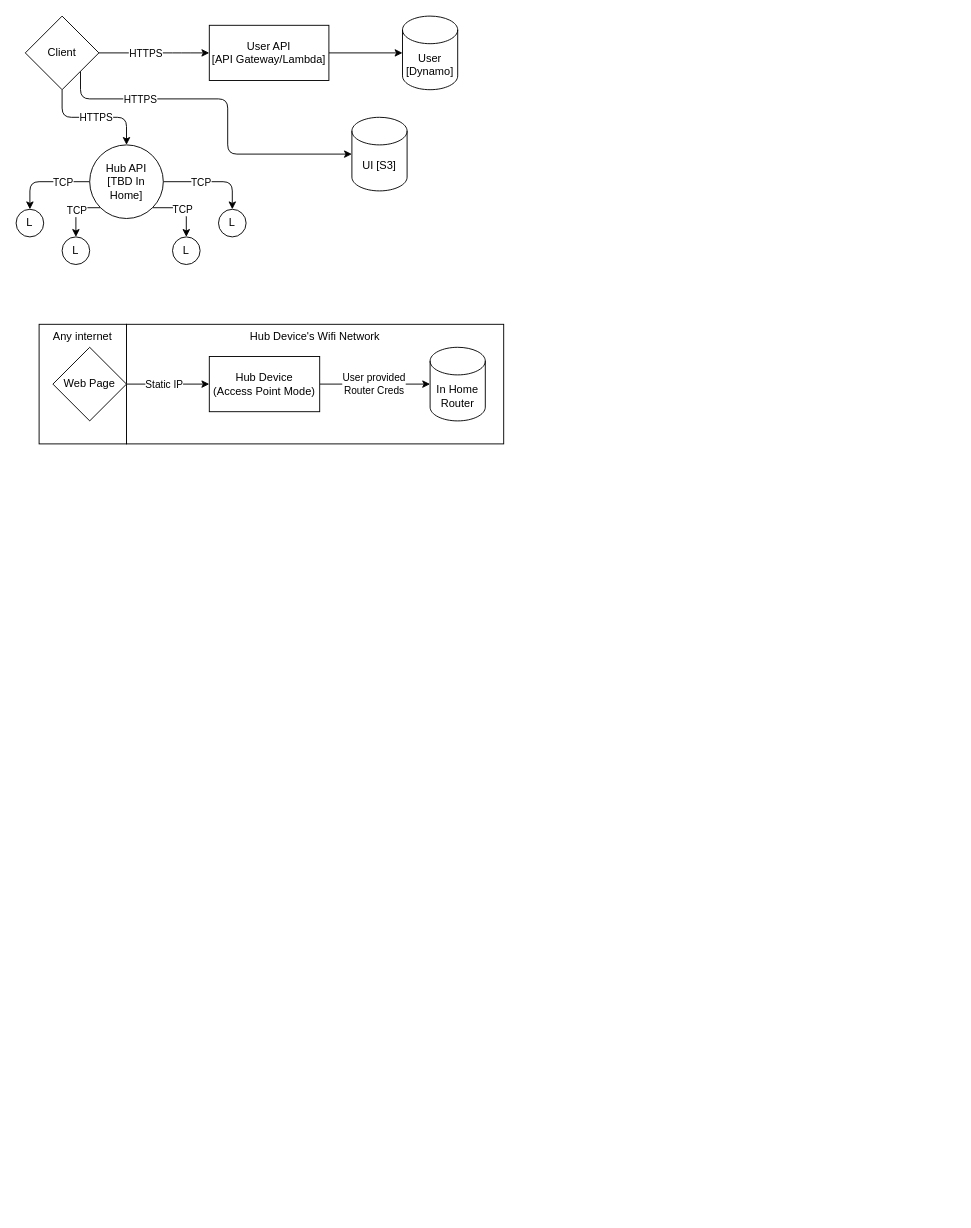
pbivrell/lights keeps this draw.io diagram as page "Page-2" (2 of 3) of light/Untitled.drawio. Above is the earlier version. Source tidied: cells renumbered, new cells numbered last; positions are measured from the earlier drawing's top-left corner, leaving out a move shared by most shapes. Both pictures are drawn from the tidied source at 92%, with x=0, y=0 at pixel (16, 16).
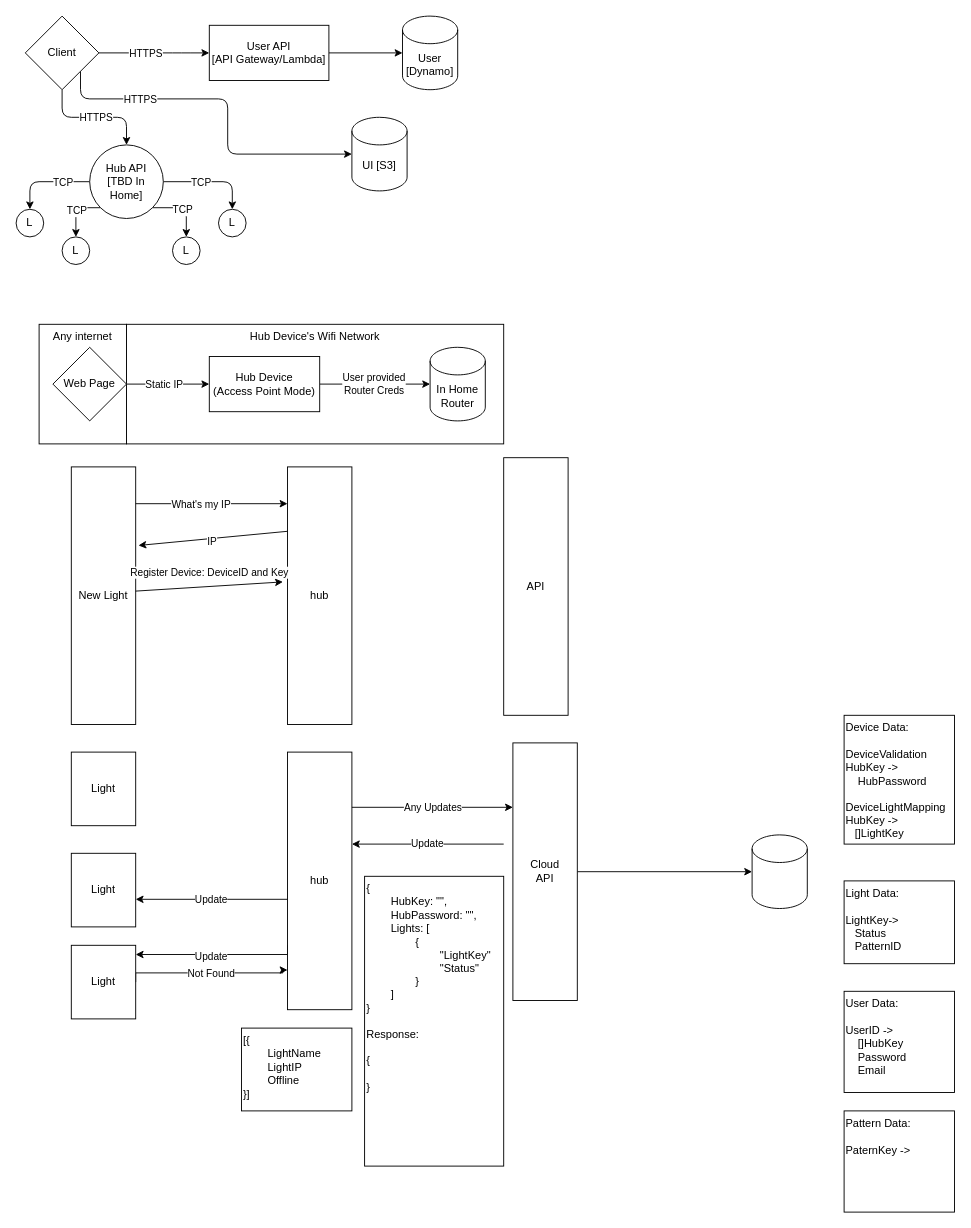
After the change.

Change to the diagram source:
```diff
@@
+    <mxCell id="35" style="edgeStyle=orthogonalEdgeStyle;rounded=0;orthogonalLoop=1;jettySize=auto;html=1;exitX=1;exitY=0.5;exitDx=0;exitDy=0;entryX=0;entryY=0.143;entryDx=0;entryDy=0;entryPerimeter=0;" parent="1" edge="1">
+      <mxGeometry relative="1" as="geometry">
+        <mxPoint x="100" y="530" as="sourcePoint" />
+        <mxPoint x="295" y="530" as="targetPoint" />
+      </mxGeometry>
+    </mxCell>
+    <mxCell id="36" value="What's my IP" style="edgeLabel;html=1;align=center;verticalAlign=middle;" parent="35" vertex="1">
+      <mxGeometry x="0.2" y="2" relative="1" as="geometry">
+        <mxPoint x="-17" y="2" as="offset" />
+      </mxGeometry>
+    </mxCell>
+    <mxCell id="37" value="New Light" style="rounded=0;whiteSpace=wrap;html=1;" parent="1" vertex="1">
+      <mxGeometry x="60" y="490" width="70" height="280" as="geometry" />
+    </mxCell>
+    <mxCell id="38" value="hub" style="rounded=0;whiteSpace=wrap;html=1;" parent="1" vertex="1">
+      <mxGeometry x="295" y="490" width="70" height="280" as="geometry" />
+    </mxCell>
+    <mxCell id="39" style="endArrow=classic;html=1;rounded=0;entryX=1.043;entryY=0.305;entryDx=0;entryDy=0;exitX=0;exitY=0.25;exitDx=0;exitDy=0;entryPerimeter=0;" parent="1" edge="1" source="38" target="37">
+      <mxGeometry relative="1" as="geometry" />
+    </mxCell>
+    <mxCell id="40" value="IP" style="edgeLabel;html=1;align=center;verticalAlign=middle;" parent="39" vertex="1">
+      <mxGeometry x="-0.18" y="-2" relative="1" as="geometry">
+        <mxPoint x="-16" y="6" as="offset" />
+      </mxGeometry>
+    </mxCell>
+    <mxCell id="41" style="endArrow=classic;html=1;rounded=0;" parent="1" edge="1">
+      <mxGeometry relative="1" as="geometry">
+        <mxPoint x="130" y="625" as="sourcePoint" />
+        <mxPoint x="290" y="615" as="targetPoint" />
+      </mxGeometry>
+    </mxCell>
+    <mxCell id="42" value="Register Device: DeviceID and Key" style="edgeLabel;html=1;align=center;verticalAlign=middle;" parent="41" vertex="1">
+      <mxGeometry x="0.03" relative="1" as="geometry">
+        <mxPoint x="-3" y="-15" as="offset" />
+      </mxGeometry>
+    </mxCell>
+    <mxCell id="43" value="API" style="rounded=0;whiteSpace=wrap;html=1;" parent="1" vertex="1">
+      <mxGeometry x="530" y="480" width="70" height="280" as="geometry" />
+    </mxCell>
+    <mxCell id="44" value="Light" style="rounded=0;whiteSpace=wrap;html=1;" parent="1" vertex="1">
+      <mxGeometry x="60" y="800" width="70" height="80" as="geometry" />
+    </mxCell>
+    <mxCell id="45" style="edgeStyle=orthogonalEdgeStyle;rounded=0;jettySize=auto;html=1;exitX=0;exitY=0.75;exitDx=0;exitDy=0;" parent="1" edge="1" source="47">
+      <mxGeometry relative="1" as="geometry">
+        <mxPoint x="130" y="1020" as="targetPoint" />
+        <Array as="points">
+          <mxPoint x="295" y="1020" />
+          <mxPoint x="130" y="1020" />
+        </Array>
+      </mxGeometry>
+    </mxCell>
+    <mxCell id="46" value="Update" style="edgeLabel;html=1;align=center;verticalAlign=middle;" parent="45" vertex="1">
+      <mxGeometry x="0.07" y="1" relative="1" as="geometry" />
+    </mxCell>
+    <mxCell id="47" value="hub" style="rounded=0;whiteSpace=wrap;html=1;" parent="1" vertex="1">
+      <mxGeometry x="295" y="800" width="70" height="280" as="geometry" />
+    </mxCell>
+    <mxCell id="48" style="edgeStyle=orthogonalEdgeStyle;rounded=0;jettySize=auto;html=1;exitX=1;exitY=0.5;exitDx=0;exitDy=0;entryX=0;entryY=0.5;entryDx=0;entryDy=0;entryPerimeter=0;" parent="1" edge="1" source="49" target="62">
+      <mxGeometry relative="1" as="geometry" />
+    </mxCell>
+    <mxCell id="49" value="Cloud&lt;br&gt;API" style="rounded=0;whiteSpace=wrap;html=1;" parent="1" vertex="1">
+      <mxGeometry x="540" y="790" width="70" height="280" as="geometry" />
+    </mxCell>
+    <mxCell id="50" value="Any Updates" style="endArrow=classic;html=1;rounded=0;entryX=0;entryY=0.25;entryDx=0;entryDy=0;" parent="1" edge="1" target="49">
+      <mxGeometry relative="1" as="geometry">
+        <mxPoint x="365" y="860" as="sourcePoint" />
+      </mxGeometry>
+    </mxCell>
+    <mxCell id="51" value="Update" style="endArrow=classic;html=1;rounded=0;entryX=0;entryY=0.25;entryDx=0;entryDy=0;" parent="1" edge="1">
+      <mxGeometry relative="1" as="geometry">
+        <mxPoint x="530" y="900" as="sourcePoint" />
+        <mxPoint x="365" y="900" as="targetPoint" />
+      </mxGeometry>
+    </mxCell>
+    <mxCell id="52" value="Light" style="rounded=0;whiteSpace=wrap;html=1;" parent="1" vertex="1">
+      <mxGeometry x="60" y="910" width="70" height="80" as="geometry" />
+    </mxCell>
+    <mxCell id="53" style="edgeStyle=orthogonalEdgeStyle;rounded=0;jettySize=auto;html=1;exitX=1;exitY=0.5;exitDx=0;exitDy=0;entryX=0;entryY=0.846;entryDx=0;entryDy=0;entryPerimeter=0;" parent="1" edge="1" source="55" target="47">
+      <mxGeometry relative="1" as="geometry">
+        <Array as="points">
+          <mxPoint x="130" y="1040" />
+          <mxPoint x="290" y="1040" />
+          <mxPoint x="290" y="1037" />
+        </Array>
+      </mxGeometry>
+    </mxCell>
+    <mxCell id="54" value="Not Found" style="edgeLabel;html=1;align=center;verticalAlign=middle;" parent="53" vertex="1">
+      <mxGeometry x="0.26" y="1" relative="1" as="geometry">
+        <mxPoint x="-21" y="1" as="offset" />
+      </mxGeometry>
+    </mxCell>
+    <mxCell id="55" value="Light" style="rounded=0;whiteSpace=wrap;html=1;" parent="1" vertex="1">
+      <mxGeometry x="60" y="1010" width="70" height="80" as="geometry" />
+    </mxCell>
+    <mxCell id="56" value="Update" style="endArrow=classic;html=1;rounded=0;entryX=0;entryY=0.25;entryDx=0;entryDy=0;" parent="1" edge="1">
+      <mxGeometry relative="1" as="geometry">
+        <mxPoint x="295" y="960" as="sourcePoint" />
+        <mxPoint x="130" y="960" as="targetPoint" />
+      </mxGeometry>
+    </mxCell>
+    <mxCell id="57" value="Device Data:&lt;br&gt;&lt;br&gt;DeviceValidation&lt;br&gt;HubKey -&amp;gt;&lt;br&gt;&amp;nbsp; &amp;nbsp; HubPassword&lt;br&gt;&amp;nbsp; &amp;nbsp;&amp;nbsp;&lt;br&gt;DeviceLightMapping&lt;br&gt;HubKey -&amp;gt;&lt;br&gt;&amp;nbsp; &amp;nbsp;[]LightKey&lt;br&gt;" style="rounded=0;whiteSpace=wrap;html=1;align=left;verticalAlign=top;" parent="1" vertex="1">
+      <mxGeometry x="900" y="760" width="120" height="140" as="geometry" />
+    </mxCell>
+    <mxCell id="58" value="[{&lt;br&gt;&lt;span style=&quot;white-space: pre&quot;&gt;&#9;&lt;/span&gt;LightName &lt;br&gt;&lt;span style=&quot;white-space: pre&quot;&gt;&#9;&lt;/span&gt;LightIP&lt;br&gt;&amp;nbsp; &lt;span style=&quot;white-space: pre&quot;&gt;&#9;&lt;/span&gt;Offline&lt;br&gt;}]" style="rounded=0;whiteSpace=wrap;html=1;align=left;verticalAlign=top;" parent="1" vertex="1">
+      <mxGeometry x="245" y="1100" width="120" height="90" as="geometry" />
+    </mxCell>
+    <mxCell id="59" value="Light Data:&lt;br&gt;&lt;br&gt;LightKey-&amp;gt;&lt;br&gt;&amp;nbsp; &amp;nbsp;Status&lt;br&gt;&amp;nbsp; &amp;nbsp;PatternID&lt;br&gt;&amp;nbsp; &amp;nbsp;&lt;br&gt;&amp;nbsp; &amp;nbsp;" style="rounded=0;whiteSpace=wrap;html=1;align=left;verticalAlign=top;" parent="1" vertex="1">
+      <mxGeometry x="900" y="940" width="120" height="90" as="geometry" />
+    </mxCell>
+    <mxCell id="60" value="{&lt;br&gt;&lt;span style=&quot;white-space: pre&quot;&gt;&#9;&lt;/span&gt;HubKey: &quot;&quot;,&lt;br&gt;&lt;span style=&quot;white-space: pre&quot;&gt;&#9;&lt;/span&gt;HubPassword: &quot;&quot;,&lt;br&gt;&lt;span style=&quot;white-space: pre&quot;&gt;&#9;&lt;/span&gt;Lights: [&lt;br&gt;&lt;span style=&quot;white-space: pre&quot;&gt;&#9;&lt;/span&gt;&lt;span style=&quot;white-space: pre&quot;&gt;&#9;&lt;/span&gt;{&lt;br&gt;&lt;span style=&quot;white-space: pre&quot;&gt;&#9;&lt;/span&gt;&lt;span style=&quot;white-space: pre&quot;&gt;&#9;&lt;/span&gt;&lt;span style=&quot;white-space: pre&quot;&gt;&#9;&lt;/span&gt;&quot;LightKey&quot;&lt;br&gt;&lt;span style=&quot;white-space: pre&quot;&gt;&#9;&lt;/span&gt;&lt;span style=&quot;white-space: pre&quot;&gt;&#9;&lt;/span&gt;&lt;span style=&quot;white-space: pre&quot;&gt;&#9;&lt;/span&gt;&quot;Status&quot;&lt;br&gt;&lt;span style=&quot;white-space: pre&quot;&gt;&#9;&lt;/span&gt;&lt;span style=&quot;white-space: pre&quot;&gt;&#9;&lt;/span&gt;}&lt;br&gt;&lt;span style=&quot;white-space: pre&quot;&gt;&#9;&lt;/span&gt;]&lt;br&gt;}&lt;br&gt;&lt;br&gt;Response: &lt;br&gt;&lt;br&gt;{&lt;br&gt;&lt;span style=&quot;white-space: pre&quot;&gt;&lt;span style=&quot;white-space: pre&quot;&gt;&#9;&lt;/span&gt;&#9;&lt;/span&gt;&lt;br&gt;}" style="rounded=0;whiteSpace=wrap;html=1;align=left;verticalAlign=top;" parent="1" vertex="1">
+      <mxGeometry x="378.8" y="935" width="151.2" height="315" as="geometry" />
+    </mxCell>
+    <mxCell id="61" value="User Data:&lt;br&gt;&lt;br&gt;UserID -&amp;gt;&lt;br&gt;&amp;nbsp; &amp;nbsp; []HubKey&lt;br&gt;&amp;nbsp; &amp;nbsp; Password&lt;br&gt;&amp;nbsp; &amp;nbsp; Email&lt;br&gt;&amp;nbsp; &amp;nbsp; &amp;nbsp; &amp;nbsp;" style="rounded=0;whiteSpace=wrap;html=1;align=left;verticalAlign=top;" parent="1" vertex="1">
+      <mxGeometry x="900" y="1060" width="120" height="110" as="geometry" />
+    </mxCell>
+    <mxCell id="62" style="shape=cylinder3;whiteSpace=wrap;html=1;boundedLbl=1;backgroundOutline=1;size=15;" parent="1" vertex="1">
+      <mxGeometry x="800" y="890" width="60" height="80" as="geometry" />
+    </mxCell>
+    <mxCell id="63" value="Pattern Data:&lt;br&gt;&lt;br&gt;PaternKey -&amp;gt;&lt;br&gt;&amp;nbsp; &amp;nbsp;&amp;nbsp;" style="rounded=0;whiteSpace=wrap;html=1;align=left;verticalAlign=top;" parent="1" vertex="1">
+      <mxGeometry x="900" y="1190" width="120" height="110" as="geometry" />
+    </mxCell>
```
